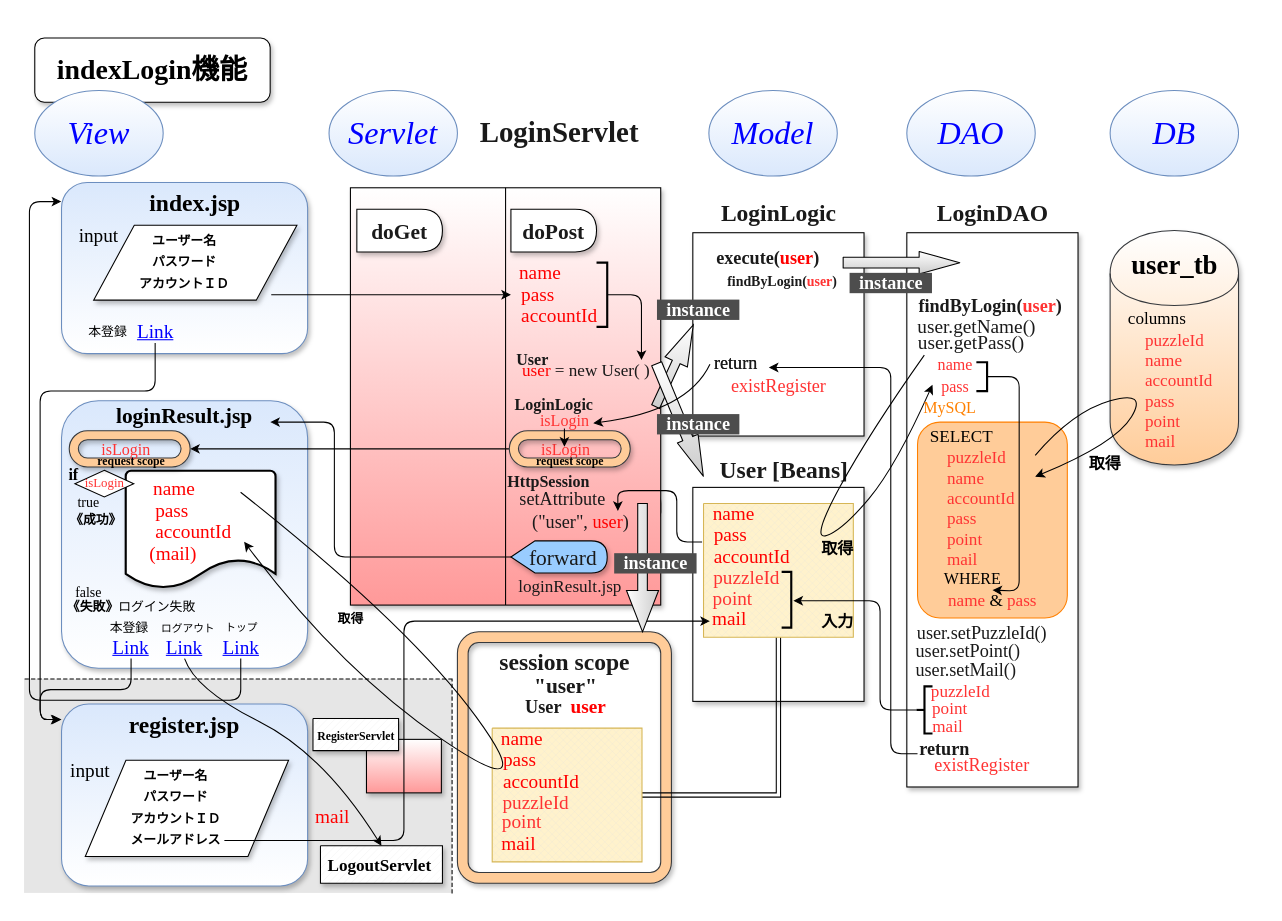
Above: 説明資料/アーキテクチャー図 改/indexLogin機能.drawio in shika-sophia/matrixGameIntegral (draw.io), before the change. Source tidied: cells renumbered, new cells numbered last; positions are measured from the earlier drawing's top-left corner, leaving out a move shared by most shapes. Both pictures are drawn from the tidied source at 107%, with x=0, y=0 at pixel (18, 18).
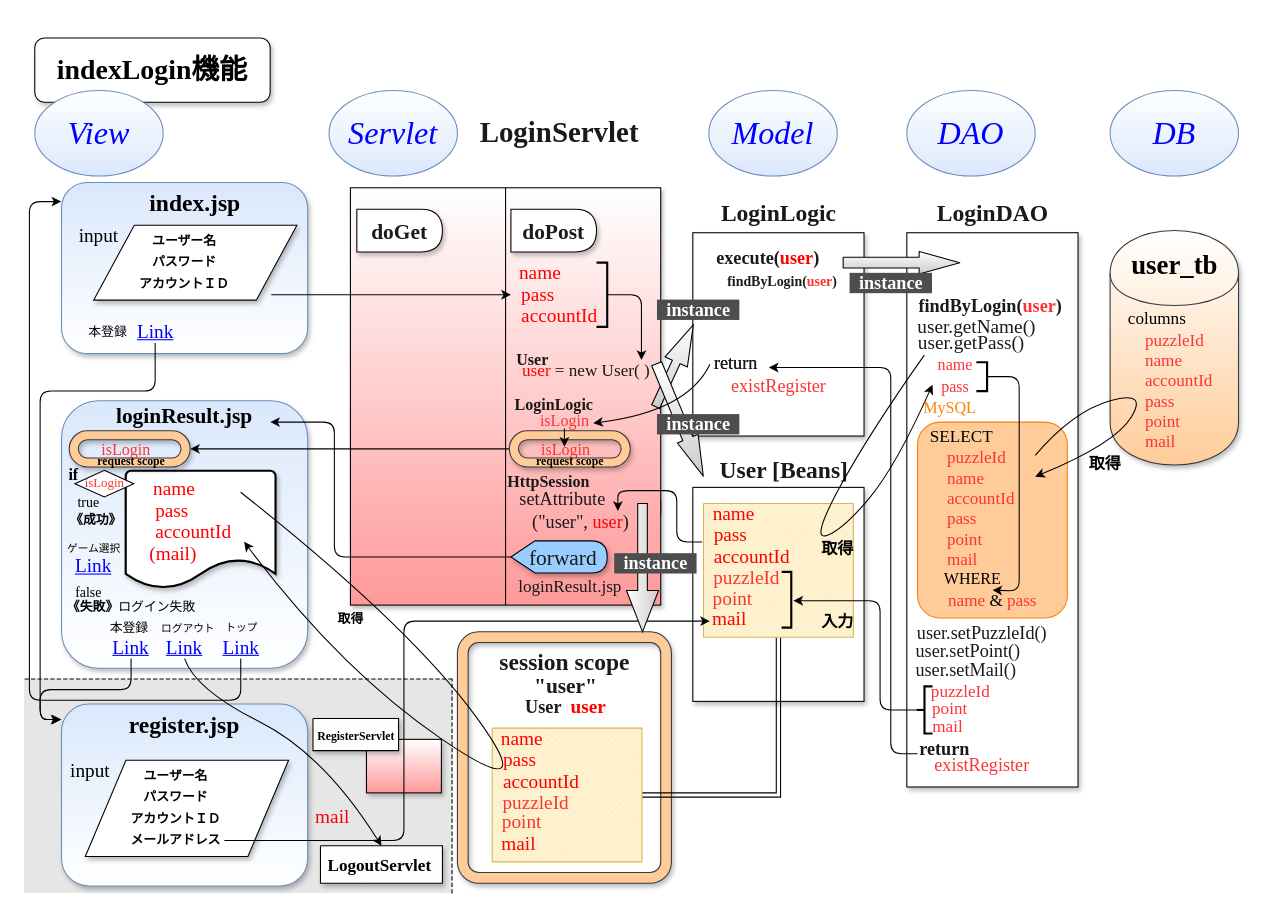
After the change.

What changed in the source:
```diff
@@
+    <mxCell id="163" value="ゲーム選択" style="text;html=1;align=center;verticalAlign=middle;fontFamily=Times New Roman;fontSize=10;" parent="1" vertex="1">
+      <mxGeometry x="35" y="485" width="70" height="20" as="geometry" />
+    </mxCell>
+    <mxCell id="164" value="Link" style="text;html=1;strokeColor=none;fillColor=none;align=center;verticalAlign=middle;whiteSpace=wrap;rounded=0;fontFamily=Times New Roman;fontSize=18;fontColor=#0000FF;fontStyle=4;" parent="1" vertex="1">
+      <mxGeometry x="50" y="502" width="40" height="20" as="geometry" />
+    </mxCell>
```
